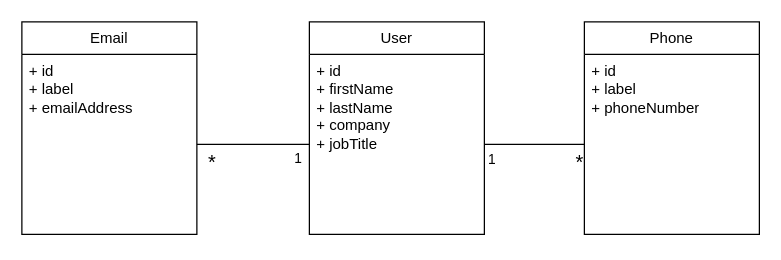
thearaseng/cs489-quiz-1 keeps this draw.io diagram as UML-Diagram.drawio. Above is the earlier version. Source tidied: cells renumbered, new cells numbered last; positions are measured from the earlier drawing's top-left corner, leaving out a move shared by most shapes. Both pictures are drawn from the tidied source at 125%, with x=0, y=0 at pixel (21, 21).
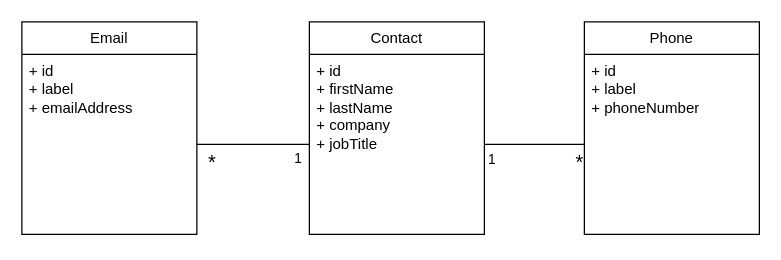
After the change.

What changed in the source:
```diff
@@
 <mxGraphModel>
   <root>
     <mxCell id="0" />
     <mxCell id="1" parent="0" />
     <mxCell id="2" style="rounded=0;jettySize=auto;html=1;entryX=0;entryY=0.5;entryDx=0;entryDy=0;exitX=1;exitY=0.5;exitDx=0;exitDy=0;endArrow=none;endFill=0;" parent="1" edge="1" source="6" target="8">
       <mxGeometry relative="1" as="geometry" />
     </mxCell>
     <mxCell id="3" value="1" style="edgeLabel;html=1;align=center;verticalAlign=middle;" parent="2" vertex="1">
       <mxGeometry x="-0.64" y="2" relative="1" as="geometry">
         <mxPoint x="-9" y="13" as="offset" />
       </mxGeometry>
     </mxCell>
     <mxCell id="4" value="&lt;font style=&quot;font-size: 16px;&quot;&gt;*&lt;/font&gt;" style="edgeLabel;html=1;align=center;verticalAlign=middle;" parent="2" vertex="1">
       <mxGeometry x="0.65" y="1" relative="1" as="geometry">
         <mxPoint x="9" y="14" as="offset" />
       </mxGeometry>
     </mxCell>
-    <mxCell id="5" value="User" style="swimlane;fontStyle=0;horizontal=1;startSize=26;fillColor=none;whiteSpace=wrap;html=1;" parent="1" vertex="1">
+    <mxCell id="5" value="Contact" style="swimlane;fontStyle=0;horizontal=1;startSize=26;fillColor=none;whiteSpace=wrap;html=1;" parent="1" vertex="1">
       <mxGeometry x="230" width="140" height="170" as="geometry" />
     </mxCell>
     <mxCell id="6" value="+ id&lt;br&gt;+ firstName&lt;br&gt;+ lastName&lt;br&gt;+ company&lt;br&gt;+ jobTitle" style="text;strokeColor=none;fillColor=none;align=left;verticalAlign=top;spacingLeft=4;spacingRight=4;overflow=hidden;points=[[0,0.5],[1,0.5]];portConstraint=eastwest;whiteSpace=wrap;html=1;" parent="5" vertex="1">
       <mxGeometry y="26" width="140" height="144" as="geometry" />
     </mxCell>
     <mxCell id="7" value="Phone" style="swimlane;fontStyle=0;horizontal=1;startSize=26;fillColor=none;whiteSpace=wrap;html=1;" parent="1" vertex="1">
       <mxGeometry x="450" width="140" height="170" as="geometry" />
     </mxCell>
     <mxCell id="8" value="+ id&lt;br&gt;+ label&lt;br&gt;+ phoneNumber" style="text;strokeColor=none;fillColor=none;align=left;verticalAlign=top;spacingLeft=4;spacingRight=4;overflow=hidden;points=[[0,0.5],[1,0.5]];portConstraint=eastwest;whiteSpace=wrap;html=1;" parent="7" vertex="1">
       <mxGeometry y="26" width="140" height="144" as="geometry" />
     </mxCell>
     <mxCell id="9" value="Email" style="swimlane;fontStyle=0;horizontal=1;startSize=26;fillColor=none;whiteSpace=wrap;html=1;" parent="1" vertex="1">
       <mxGeometry width="140" height="170" as="geometry" />
     </mxCell>
     <mxCell id="10" value="+ id&lt;br&gt;+ label&lt;br&gt;+ emailAddress" style="text;strokeColor=none;fillColor=none;align=left;verticalAlign=top;spacingLeft=4;spacingRight=4;overflow=hidden;points=[[0,0.5],[1,0.5]];portConstraint=eastwest;whiteSpace=wrap;html=1;" parent="9" vertex="1">
       <mxGeometry y="26" width="140" height="144" as="geometry" />
     </mxCell>
     <mxCell id="11" style="rounded=0;jettySize=auto;html=1;exitX=0;exitY=0.5;exitDx=0;exitDy=0;endArrow=none;endFill=0;" parent="1" edge="1" source="6" target="10">
       <mxGeometry relative="1" as="geometry" />
     </mxCell>
     <mxCell id="12" value="1" style="edgeLabel;html=1;align=center;verticalAlign=middle;" parent="11" vertex="1">
       <mxGeometry x="-0.64" y="2" relative="1" as="geometry">
         <mxPoint x="6" y="8" as="offset" />
       </mxGeometry>
     </mxCell>
     <mxCell id="13" value="&lt;font style=&quot;font-size: 16px;&quot;&gt;*&lt;/font&gt;" style="edgeLabel;html=1;align=center;verticalAlign=middle;" parent="11" vertex="1">
       <mxGeometry x="0.65" y="1" relative="1" as="geometry">
         <mxPoint x="-5" y="12" as="offset" />
       </mxGeometry>
     </mxCell>
   </root>
 </mxGraphModel>
```
